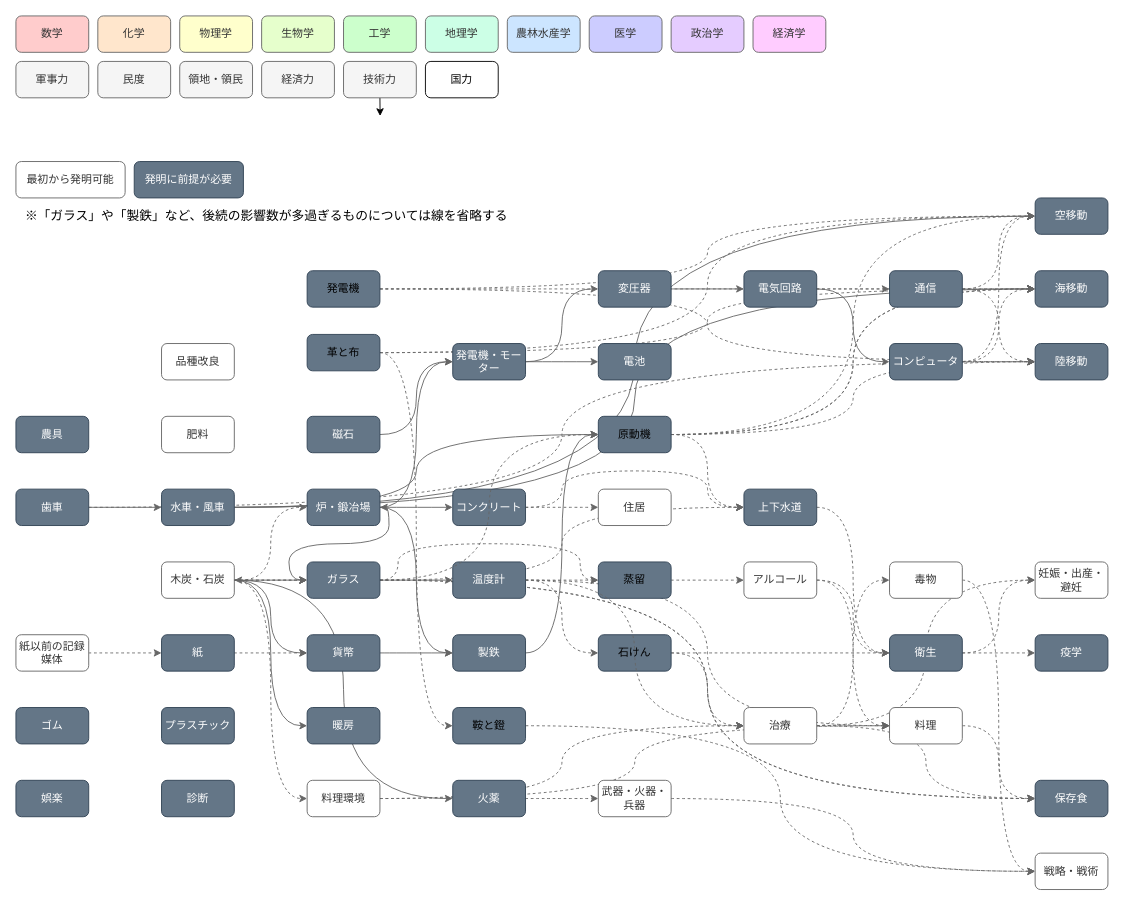
The draw.io diagram 01_設計/グラフィカル設計書.dio in puuuii/civilization_simulation, before the edit. Source tidied: cells renumbered, new cells numbered last; positions are measured from the earlier drawing's top-left corner, leaving out a move shared by most shapes. Both pictures are drawn from the tidied source at 91%, with x=0, y=0 at pixel (15, 15).
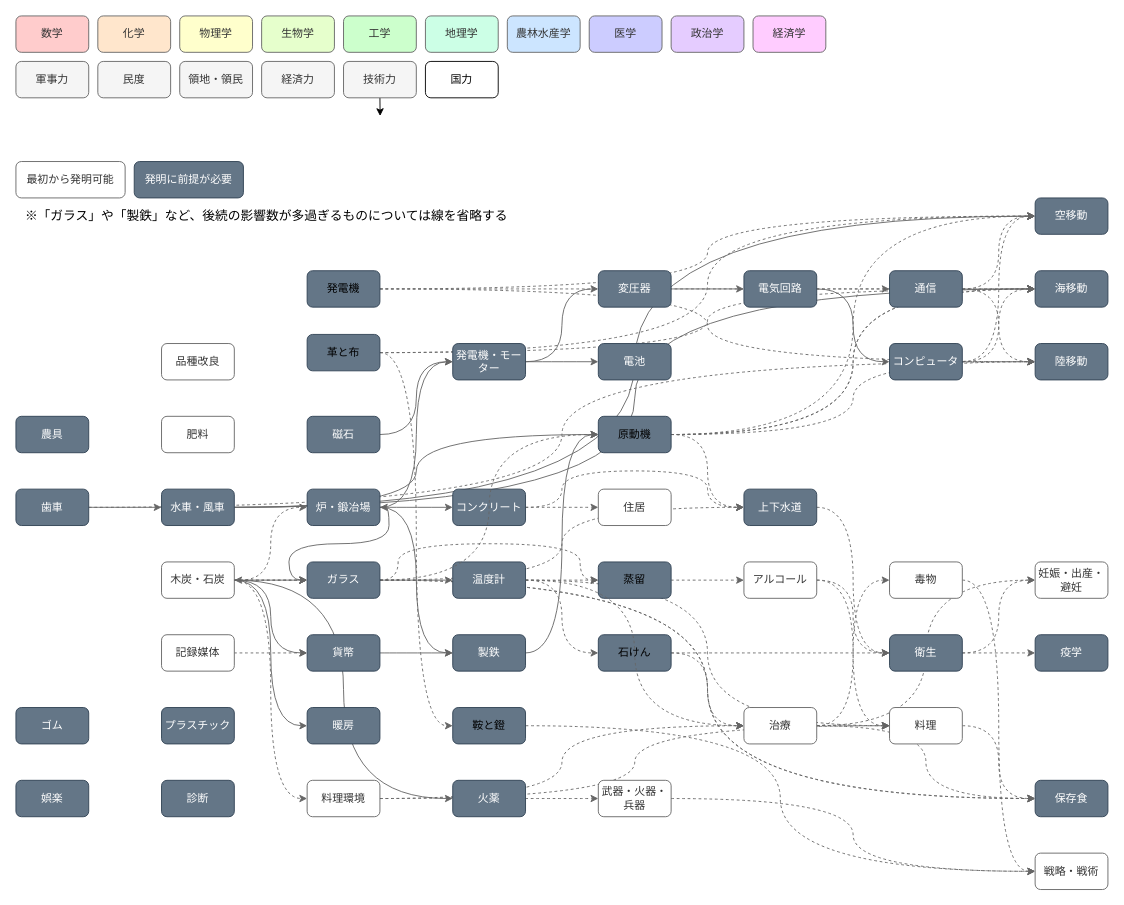
The same page after the edit.

The change refers to these unchanged cells:
```xml
<mxCell id="144" value="貨幣" style="whiteSpace=wrap;html=1;shadow=0;strokeColor=#314354;glass=0;fontColor=#ffffff;gradientDirection=east;rounded=1;fillColor=#647687;" parent="1" vertex="1">
  <mxGeometry x="320" y="680" width="80" height="40" as="geometry" />
</mxCell>
```

Change to the diagram source:
```diff
@@
-    <mxCell id="59" style="edgeStyle=orthogonalEdgeStyle;jettySize=auto;html=1;entryX=0;entryY=0.5;entryDx=0;entryDy=0;strokeColor=#666666;fontColor=#242424;dashed=1;fillColor=#f5f5f5;curved=1;" parent="1" edge="1" source="60" target="62">
+    <mxCell id="59" style="edgeStyle=orthogonalEdgeStyle;jettySize=auto;html=1;entryX=0;entryY=0.5;entryDx=0;entryDy=0;strokeColor=#666666;fontColor=#242424;dashed=1;fillColor=#f5f5f5;curved=1;" parent="1" edge="1" source="60" target="144">
       <mxGeometry relative="1" as="geometry" />
     </mxCell>
-    <mxCell id="60" value="紙以前の記録媒体" style="whiteSpace=wrap;html=1;shadow=0;strokeColor=#666666;glass=0;fontColor=#333333;gradientDirection=east;rounded=1;fillColor=#FFFFFF;" parent="1" vertex="1">
-      <mxGeometry y="680" width="80" height="40" as="geometry" />
+    <mxCell id="60" value="記録媒体" style="whiteSpace=wrap;html=1;shadow=0;strokeColor=#666666;glass=0;fontColor=#333333;gradientDirection=east;rounded=1;fillColor=#FFFFFF;" parent="1" vertex="1">
+      <mxGeometry x="160" y="680" width="80" height="40" as="geometry" />
     </mxCell>
-    <mxCell id="61" style="edgeStyle=orthogonalEdgeStyle;jettySize=auto;html=1;entryX=0;entryY=0.5;entryDx=0;entryDy=0;dashed=1;curved=1;strokeColor=#666666;" parent="1" edge="1" source="62" target="144">
-      <mxGeometry relative="1" as="geometry" />
-    </mxCell>
-    <mxCell id="62" value="紙" style="whiteSpace=wrap;html=1;shadow=0;strokeColor=#314354;glass=0;gradientDirection=east;rounded=1;fillColor=#647687;fontColor=#FFFFFF;" parent="1" vertex="1">
-      <mxGeometry x="160" y="680" width="80" height="40" as="geometry" />
-    </mxCell>
```
